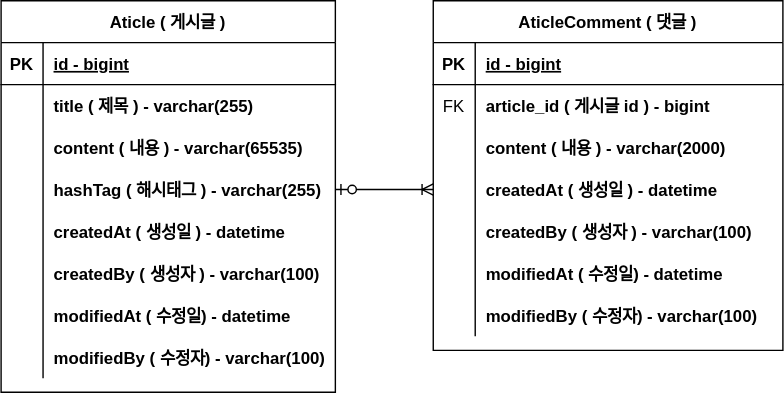
Seonooo/spring-board-project keeps this draw.io diagram as document/project-board-erd.svg. Above is the earlier version. Source tidied: cells renumbered, new cells last; positions are measured from the earlier drawing's top-left corner, leaving out a move shared by most shapes.
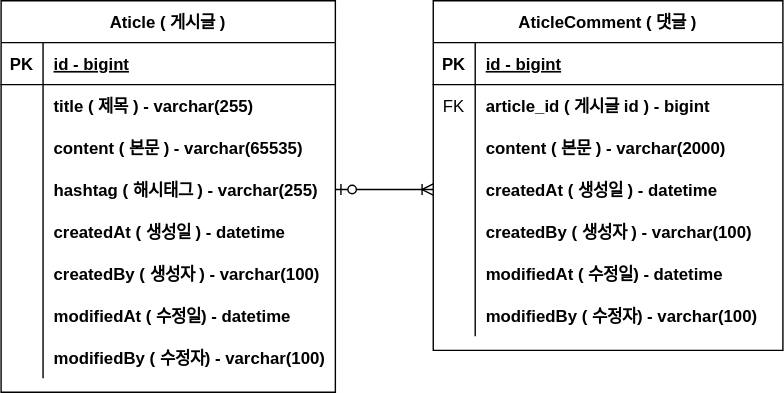
The same file after the commit.

Commit message:
#8 - ERD 주석 업데이트 : project-board-erd.svg

The edit, as a diff of the source:
```diff
@@ -34,7 +34,7 @@
     <mxCell id="11" style="shape=partialRectangle;fillColor=none;top=0;left=0;bottom=0;right=0;overflow=hidden;" parent="10" vertex="1">
       <mxGeometry width="30" height="30" as="geometry" />
     </mxCell>
-    <mxCell id="12" value="content ( 내용 ) - varchar(65535)" style="shape=partialRectangle;fillColor=none;top=0;left=0;bottom=0;right=0;align=left;spacingLeft=6;overflow=hidden;fontStyle=1;" parent="10" vertex="1">
+    <mxCell id="12" value="content ( 본문 ) - varchar(65535)" style="shape=partialRectangle;fillColor=none;top=0;left=0;bottom=0;right=0;align=left;spacingLeft=6;overflow=hidden;fontStyle=1;" parent="10" vertex="1">
       <mxGeometry x="30" width="209" height="30" as="geometry" />
     </mxCell>
     <mxCell id="13" style="shape=tableRow;horizontal=0;startSize=0;swimlaneHead=0;swimlaneBody=0;fillColor=none;points=[[0,0.5],[1,0.5]];portConstraint=eastwest;top=0;left=0;right=0;bottom=0;" parent="3" vertex="1">
@@ -43,7 +43,7 @@
     <mxCell id="14" style="shape=partialRectangle;fillColor=none;top=0;left=0;bottom=0;right=0;overflow=hidden;" parent="13" vertex="1">
       <mxGeometry width="30" height="30" as="geometry" />
     </mxCell>
-    <mxCell id="15" value="hashTag ( 해시태그 ) - varchar(255)" style="shape=partialRectangle;fillColor=none;top=0;left=0;bottom=0;right=0;align=left;spacingLeft=6;overflow=hidden;fontStyle=1;" parent="13" vertex="1">
+    <mxCell id="15" value="hashtag ( 해시태그 ) - varchar(255)" style="shape=partialRectangle;fillColor=none;top=0;left=0;bottom=0;right=0;align=left;spacingLeft=6;overflow=hidden;fontStyle=1;" parent="13" vertex="1">
       <mxGeometry x="30" width="209" height="30" as="geometry" />
     </mxCell>
     <mxCell id="16" style="shape=tableRow;horizontal=0;startSize=0;swimlaneHead=0;swimlaneBody=0;fillColor=none;top=0;left=0;right=0;bottom=0;" parent="3" vertex="1">
@@ -109,7 +109,7 @@
     <mxCell id="36" style="shape=partialRectangle;fillColor=none;top=0;left=0;bottom=0;right=0;overflow=hidden;" parent="35" vertex="1">
       <mxGeometry width="30" height="30" as="geometry" />
     </mxCell>
-    <mxCell id="37" value="content ( 내용 ) - varchar(2000)" style="shape=partialRectangle;fillColor=none;top=0;left=0;bottom=0;right=0;align=left;spacingLeft=6;overflow=hidden;fontStyle=1;" parent="35" vertex="1">
+    <mxCell id="37" value="content ( 본문 ) - varchar(2000)" style="shape=partialRectangle;fillColor=none;top=0;left=0;bottom=0;right=0;align=left;spacingLeft=6;overflow=hidden;fontStyle=1;" parent="35" vertex="1">
       <mxGeometry x="30" width="220" height="30" as="geometry" />
     </mxCell>
     <mxCell id="38" style="shape=tableRow;horizontal=0;startSize=0;swimlaneHead=0;swimlaneBody=0;fillColor=none;points=[[0,0.5],[1,0.5]];portConstraint=eastwest;top=0;left=0;right=0;bottom=0;" parent="28" vertex="1">
```
